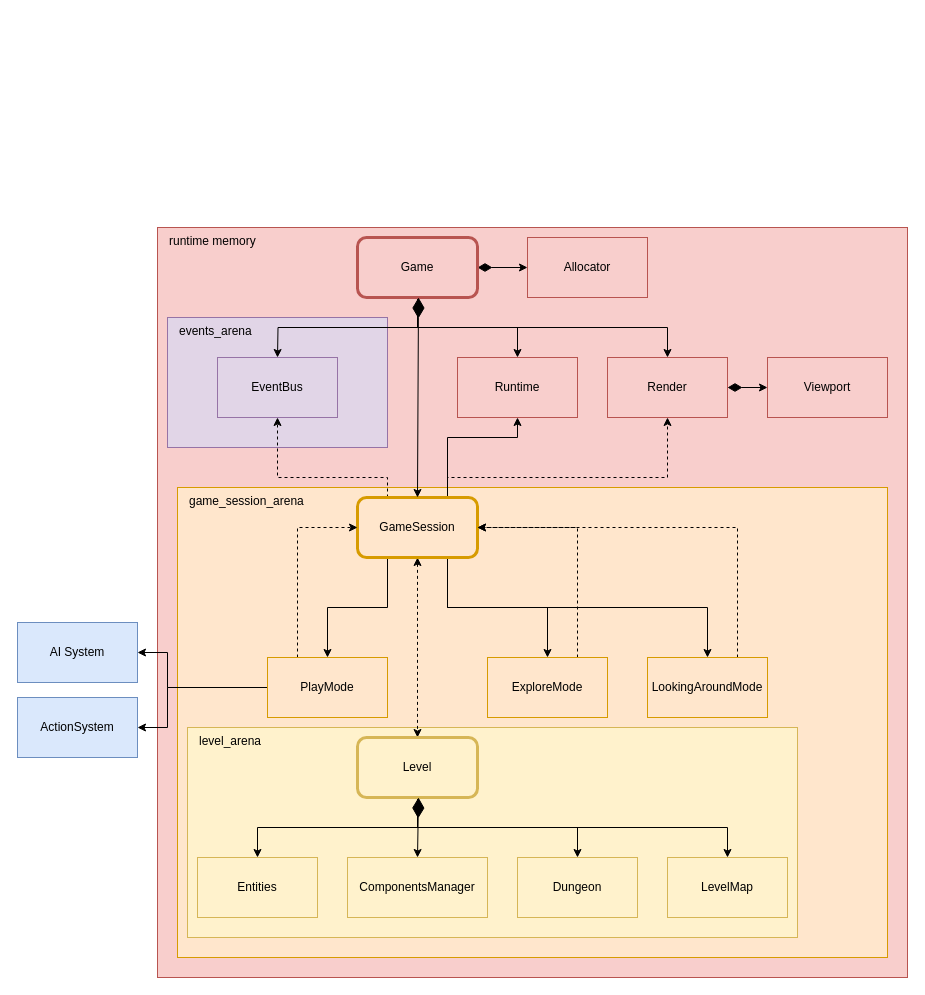
vladimir-popov/forgotten_catacombs keeps this draw.io diagram as page "Main components" (1 of 6) of docs/schemas.drawio. Above is the earlier version. Source tidied: cells renumbered, new cells numbered last; positions are measured from the earlier drawing's top-left corner, leaving out a move shared by most shapes. Both pictures are drawn from the tidied source at 100%, with x=0, y=0 at pixel (17, 227).
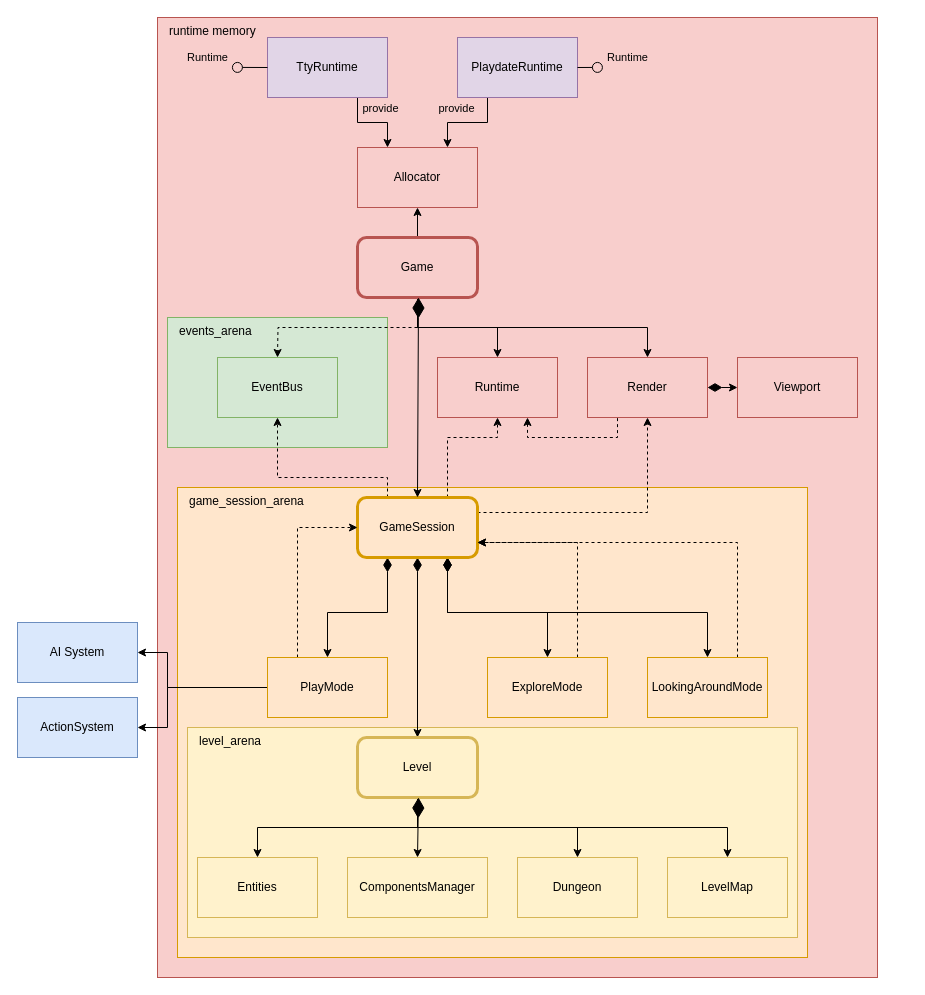
Above is the later version.

Unchanged cells that the change refers to:
```xml
<mxCell id="10" value="Game" style="rounded=1;whiteSpace=wrap;html=1;fillColor=#f8cecc;strokeColor=#b85450;strokeWidth=3;" parent="1" vertex="1">
  <mxGeometry x="340" y="10" width="120" height="60" as="geometry" />
</mxCell>
<mxCell id="18" value="GameSession" style="rounded=1;whiteSpace=wrap;html=1;fillColor=#ffe6cc;strokeColor=#d79b00;strokeWidth=3;" parent="1" vertex="1">
  <mxGeometry x="340" y="270" width="120" height="60" as="geometry" />
</mxCell>
<mxCell id="22" value="Level" style="rounded=1;whiteSpace=wrap;html=1;fillColor=#fff2cc;strokeColor=#d6b656;strokeWidth=3;align=center;verticalAlign=middle;fontFamily=Helvetica;fontSize=12;" parent="1" vertex="1">
  <mxGeometry x="340" y="510" width="120" height="60" as="geometry" />
</mxCell>
<mxCell id="31" value="PlayMode" style="rounded=0;whiteSpace=wrap;html=1;fillColor=#ffe6cc;strokeColor=#d79b00;" parent="1" vertex="1">
  <mxGeometry x="250" y="430" width="120" height="60" as="geometry" />
</mxCell>
<mxCell id="33" value="ExploreMode" style="rounded=0;whiteSpace=wrap;html=1;fillColor=#ffe6cc;strokeColor=#d79b00;" parent="1" vertex="1">
  <mxGeometry x="470" y="430" width="120" height="60" as="geometry" />
</mxCell>
<mxCell id="42" value="LookingAroundMode" style="rounded=0;whiteSpace=wrap;html=1;fillColor=#ffe6cc;strokeColor=#d79b00;" parent="1" vertex="1">
  <mxGeometry x="630" y="430" width="120" height="60" as="geometry" />
</mxCell>
```

The edit, as a diff of the source:
```diff
@@
     <mxCell id="2" value="runtime memory" style="rounded=0;whiteSpace=wrap;html=1;fillColor=#f8cecc;strokeColor=#b85450;verticalAlign=top;align=left;spacingLeft=10;" parent="1" vertex="1">
-      <mxGeometry x="140" width="750" height="750" as="geometry" />
+      <mxGeometry x="140" y="-210" width="720" height="960" as="geometry" />
     </mxCell>
-    <mxCell id="3" value="events_arena" style="rounded=0;whiteSpace=wrap;html=1;fillColor=#e1d5e7;strokeColor=#9673a6;align=left;verticalAlign=top;spacingLeft=10;" parent="1" vertex="1">
+    <mxCell id="3" value="events_arena" style="rounded=0;whiteSpace=wrap;html=1;fillColor=#d5e8d4;strokeColor=#82b366;align=left;verticalAlign=top;spacingLeft=10;" parent="1" vertex="1">
       <mxGeometry x="150" y="90" width="220" height="130" as="geometry" />
     </mxCell>
     <mxCell id="4" value="game_session_arena" style="rounded=0;whiteSpace=wrap;html=1;fillColor=#ffe6cc;strokeColor=#d79b00;align=left;verticalAlign=top;spacingLeft=10;" parent="1" vertex="1">
-      <mxGeometry x="160" y="260" width="710" height="470" as="geometry" />
+      <mxGeometry x="160" y="260" width="630" height="470" as="geometry" />
     </mxCell>
@@
-    <mxCell id="6" style="edgeStyle=orthogonalEdgeStyle;rounded=0;jettySize=auto;html=1;exitX=0.5;exitY=1;exitDx=0;exitDy=0;" parent="1" edge="1" source="10">
+    <mxCell id="6" style="edgeStyle=orthogonalEdgeStyle;rounded=0;jettySize=auto;html=1;exitX=0.5;exitY=1;exitDx=0;exitDy=0;dashed=1;" parent="1" edge="1" source="10">
       <mxGeometry relative="1" as="geometry">
         <mxPoint x="260" y="130" as="targetPoint" />
       </mxGeometry>
     </mxCell>
@@
-    <mxCell id="9" style="edgeStyle=orthogonalEdgeStyle;rounded=0;jettySize=auto;html=1;exitX=1;exitY=0.5;exitDx=0;exitDy=0;entryX=0;entryY=0.5;entryDx=0;entryDy=0;startArrow=diamondThin;startFill=1;startSize=12;" parent="1" edge="1" source="10" target="39">
+    <mxCell id="9" style="edgeStyle=orthogonalEdgeStyle;rounded=0;jettySize=auto;html=1;exitX=0.5;exitY=0;exitDx=0;exitDy=0;entryX=0.5;entryY=1;entryDx=0;entryDy=0;" parent="1" edge="1" source="10" target="39">
       <mxGeometry relative="1" as="geometry" />
     </mxCell>
@@
-    <mxCell id="11" style="edgeStyle=orthogonalEdgeStyle;rounded=0;jettySize=auto;html=1;exitX=0.25;exitY=1;exitDx=0;exitDy=0;entryX=0.5;entryY=0;entryDx=0;entryDy=0;" parent="1" edge="1" source="18" target="31">
+    <mxCell id="11" style="edgeStyle=orthogonalEdgeStyle;rounded=0;jettySize=auto;html=1;exitX=0.25;exitY=1;exitDx=0;exitDy=0;entryX=0.5;entryY=0;entryDx=0;entryDy=0;startArrow=diamondThin;startFill=1;startSize=12;" parent="1" edge="1" source="18" target="31">
       <mxGeometry relative="1" as="geometry" />
     </mxCell>
-    <mxCell id="12" style="edgeStyle=orthogonalEdgeStyle;rounded=0;jettySize=auto;html=1;exitX=0.75;exitY=1;exitDx=0;exitDy=0;entryX=0.5;entryY=0;entryDx=0;entryDy=0;" parent="1" edge="1" source="18" target="33">
+    <mxCell id="12" style="edgeStyle=orthogonalEdgeStyle;rounded=0;jettySize=auto;html=1;exitX=0.75;exitY=1;exitDx=0;exitDy=0;entryX=0.5;entryY=0;entryDx=0;entryDy=0;strokeColor=default;align=center;verticalAlign=middle;fontFamily=Helvetica;fontSize=11;fontColor=default;labelBackgroundColor=default;startArrow=diamondThin;startFill=1;startSize=12;endArrow=classic;" parent="1" edge="1" source="18" target="33">
       <mxGeometry relative="1" as="geometry" />
     </mxCell>
@@
-    <mxCell id="14" style="edgeStyle=orthogonalEdgeStyle;rounded=0;jettySize=auto;html=1;exitX=0.75;exitY=0;exitDx=0;exitDy=0;entryX=0.5;entryY=1;entryDx=0;entryDy=0;dashed=1;" parent="1" edge="1" source="18" target="25">
+    <mxCell id="14" style="edgeStyle=orthogonalEdgeStyle;rounded=0;jettySize=auto;html=1;exitX=1;exitY=0.25;exitDx=0;exitDy=0;entryX=0.5;entryY=1;entryDx=0;entryDy=0;dashed=1;" parent="1" edge="1" source="18" target="25">
       <mxGeometry relative="1" as="geometry">
         <Array as="points">
-          <mxPoint x="430" y="250" />
-          <mxPoint x="650" y="250" />
+          <mxPoint x="630" y="285" />
         </Array>
       </mxGeometry>
     </mxCell>
-    <mxCell id="15" style="edgeStyle=orthogonalEdgeStyle;rounded=0;jettySize=auto;html=1;exitX=0.75;exitY=1;exitDx=0;exitDy=0;entryX=0.5;entryY=0;entryDx=0;entryDy=0;" parent="1" edge="1" source="18" target="42">
+    <mxCell id="15" style="edgeStyle=orthogonalEdgeStyle;rounded=0;jettySize=auto;html=1;exitX=0.75;exitY=1;exitDx=0;exitDy=0;entryX=0.5;entryY=0;entryDx=0;entryDy=0;strokeColor=default;align=center;verticalAlign=middle;fontFamily=Helvetica;fontSize=11;fontColor=default;labelBackgroundColor=default;startArrow=diamondThin;startFill=1;startSize=12;endArrow=classic;" parent="1" edge="1" source="18" target="42">
       <mxGeometry relative="1" as="geometry" />
     </mxCell>
-    <mxCell id="16" style="edgeStyle=orthogonalEdgeStyle;rounded=0;jettySize=auto;html=1;exitX=0.75;exitY=0;exitDx=0;exitDy=0;entryX=0.5;entryY=1;entryDx=0;entryDy=0;" parent="1" edge="1" source="18" target="44">
+    <mxCell id="16" style="edgeStyle=orthogonalEdgeStyle;rounded=0;jettySize=auto;html=1;exitX=0.75;exitY=0;exitDx=0;exitDy=0;entryX=0.5;entryY=1;entryDx=0;entryDy=0;dashed=1;" parent="1" edge="1" source="18" target="44">
       <mxGeometry relative="1" as="geometry">
         <Array as="points">
           <mxPoint x="430" y="210" />
-          <mxPoint x="500" y="210" />
+          <mxPoint x="480" y="210" />
         </Array>
       </mxGeometry>
     </mxCell>
-    <mxCell id="17" style="edgeStyle=orthogonalEdgeStyle;rounded=0;jettySize=auto;html=1;exitX=0.5;exitY=1;exitDx=0;exitDy=0;entryX=0.5;entryY=0;entryDx=0;entryDy=0;dashed=1;startArrow=classic;startFill=1;" parent="1" edge="1" source="18" target="22">
+    <mxCell id="17" style="edgeStyle=orthogonalEdgeStyle;rounded=0;jettySize=auto;html=1;exitX=0.5;exitY=1;exitDx=0;exitDy=0;entryX=0.5;entryY=0;entryDx=0;entryDy=0;startArrow=diamondThin;startFill=1;startSize=12;" parent="1" edge="1" source="18" target="22">
       <mxGeometry relative="1" as="geometry" />
     </mxCell>
@@
     <mxCell id="25" value="Render" style="rounded=0;whiteSpace=wrap;html=1;fillColor=#f8cecc;strokeColor=#b85450;" parent="1" vertex="1">
-      <mxGeometry x="590" y="130" width="120" height="60" as="geometry" />
+      <mxGeometry x="570" y="130" width="120" height="60" as="geometry" />
     </mxCell>
@@
-    <mxCell id="32" style="edgeStyle=orthogonalEdgeStyle;rounded=0;jettySize=auto;html=1;exitX=0.75;exitY=0;exitDx=0;exitDy=0;entryX=1;entryY=0.5;entryDx=0;entryDy=0;dashed=1;" parent="1" edge="1" source="33" target="18">
+    <mxCell id="32" style="edgeStyle=orthogonalEdgeStyle;rounded=0;jettySize=auto;html=1;exitX=0.75;exitY=0;exitDx=0;exitDy=0;entryX=1;entryY=0.75;entryDx=0;entryDy=0;dashed=1;" parent="1" edge="1" source="33" target="18">
       <mxGeometry relative="1" as="geometry" />
     </mxCell>
@@
     <mxCell id="39" value="Allocator" style="rounded=0;whiteSpace=wrap;html=1;fillColor=#f8cecc;strokeColor=#b85450;" parent="1" vertex="1">
-      <mxGeometry x="510" y="10" width="120" height="60" as="geometry" />
+      <mxGeometry x="340" y="-80" width="120" height="60" as="geometry" />
     </mxCell>
-    <mxCell id="40" value="EventBus" style="rounded=0;whiteSpace=wrap;html=1;fillColor=#e1d5e7;strokeColor=#9673a6;" parent="1" vertex="1">
+    <mxCell id="40" value="EventBus" style="rounded=0;whiteSpace=wrap;html=1;fillColor=#d5e8d4;strokeColor=#82b366;" parent="1" vertex="1">
       <mxGeometry x="200" y="130" width="120" height="60" as="geometry" />
     </mxCell>
-    <mxCell id="41" style="edgeStyle=orthogonalEdgeStyle;rounded=0;jettySize=auto;html=1;exitX=0.75;exitY=0;exitDx=0;exitDy=0;entryX=1;entryY=0.5;entryDx=0;entryDy=0;dashed=1;" parent="1" edge="1" source="42" target="18">
+    <mxCell id="41" style="edgeStyle=orthogonalEdgeStyle;rounded=0;jettySize=auto;html=1;exitX=0.75;exitY=0;exitDx=0;exitDy=0;entryX=1;entryY=0.75;entryDx=0;entryDy=0;dashed=1;" parent="1" edge="1" source="42" target="18">
       <mxGeometry relative="1" as="geometry" />
     </mxCell>
@@
     <mxCell id="43" value="Viewport" style="rounded=0;whiteSpace=wrap;html=1;fillColor=#f8cecc;strokeColor=#b85450;" parent="1" vertex="1">
-      <mxGeometry x="750" y="130" width="120" height="60" as="geometry" />
+      <mxGeometry x="720" y="130" width="120" height="60" as="geometry" />
     </mxCell>
+    <mxCell id="45" style="edgeStyle=orthogonalEdgeStyle;rounded=0;jettySize=auto;html=1;exitX=0.75;exitY=1;exitDx=0;exitDy=0;entryX=0.25;entryY=1;entryDx=0;entryDy=0;dashed=1;endArrow=none;endFill=0;startArrow=classic;startFill=1;" parent="1" edge="1" source="44" target="25">
+      <mxGeometry relative="1" as="geometry" />
+    </mxCell>
     <mxCell id="44" value="Runtime" style="rounded=0;whiteSpace=wrap;html=1;fillColor=#f8cecc;strokeColor=#b85450;" parent="1" vertex="1">
-      <mxGeometry x="440" y="130" width="120" height="60" as="geometry" />
+      <mxGeometry x="420" y="130" width="120" height="60" as="geometry" />
     </mxCell>
+    <mxCell id="46" style="edgeStyle=orthogonalEdgeStyle;rounded=0;jettySize=auto;html=1;exitX=0.75;exitY=1;exitDx=0;exitDy=0;entryX=0.25;entryY=0;entryDx=0;entryDy=0;" parent="1" edge="1" source="48" target="39">
+      <mxGeometry relative="1" as="geometry" />
+    </mxCell>
+    <mxCell id="47" value="provide" style="edgeLabel;html=1;align=center;verticalAlign=middle;labelBackgroundColor=none;" parent="46" vertex="1">
+      <mxGeometry x="0.01" relative="1" as="geometry">
+        <mxPoint x="7" y="-15" as="offset" />
+      </mxGeometry>
+    </mxCell>
+    <mxCell id="48" value="TtyRuntime" style="rounded=0;whiteSpace=wrap;html=1;fillColor=#e1d5e7;strokeColor=#9673a6;" parent="1" vertex="1">
+      <mxGeometry x="250" y="-190" width="120" height="60" as="geometry" />
+    </mxCell>
+    <mxCell id="49" style="edgeStyle=orthogonalEdgeStyle;rounded=0;jettySize=auto;html=1;exitX=0.25;exitY=1;exitDx=0;exitDy=0;entryX=0.75;entryY=0;entryDx=0;entryDy=0;" parent="1" edge="1" source="51" target="39">
+      <mxGeometry relative="1" as="geometry" />
+    </mxCell>
+    <mxCell id="50" value="provide" style="edgeLabel;html=1;align=center;verticalAlign=middle;labelBackgroundColor=none;" parent="49" vertex="1">
+      <mxGeometry x="0.01" y="-1" relative="1" as="geometry">
+        <mxPoint x="-12" y="-14" as="offset" />
+      </mxGeometry>
+    </mxCell>
+    <mxCell id="51" value="PlaydateRuntime" style="rounded=0;whiteSpace=wrap;html=1;fillColor=#e1d5e7;strokeColor=#9673a6;" parent="1" vertex="1">
+      <mxGeometry x="440" y="-190" width="120" height="60" as="geometry" />
+    </mxCell>
+    <mxCell id="52" value="Runtime" style="rounded=0;jettySize=auto;html=1;endArrow=oval;endFill=0;sketch=0;sourcePerimeterSpacing=0;targetPerimeterSpacing=0;endSize=10;exitX=1;exitY=0.5;exitDx=0;exitDy=0;entryX=0.611;entryY=0.052;entryDx=0;entryDy=0;entryPerimeter=0;labelBackgroundColor=none;" parent="1" edge="1" source="51" target="2">
+      <mxGeometry x="1" y="32" relative="1" as="geometry">
+        <mxPoint x="30" y="22" as="offset" />
+      </mxGeometry>
+    </mxCell>
+    <mxCell id="53" style="ellipse;whiteSpace=wrap;html=1;align=center;fillColor=none;strokeColor=none;perimeter=centerPerimeter;" parent="1" vertex="1">
+      <mxGeometry x="435" y="200" width="10" height="10" as="geometry" />
+    </mxCell>
+    <mxCell id="54" value="Runtime" style="rounded=0;jettySize=auto;html=1;endArrow=oval;endFill=0;sketch=0;sourcePerimeterSpacing=0;targetPerimeterSpacing=0;endSize=10;exitX=0;exitY=0.5;exitDx=0;exitDy=0;entryX=0.111;entryY=0.052;entryDx=0;entryDy=0;entryPerimeter=0;labelBackgroundColor=none;" parent="1" edge="1" source="48" target="2">
+      <mxGeometry x="1" y="-32" relative="1" as="geometry">
+        <mxPoint x="-30" y="22" as="offset" />
+      </mxGeometry>
+    </mxCell>
```
